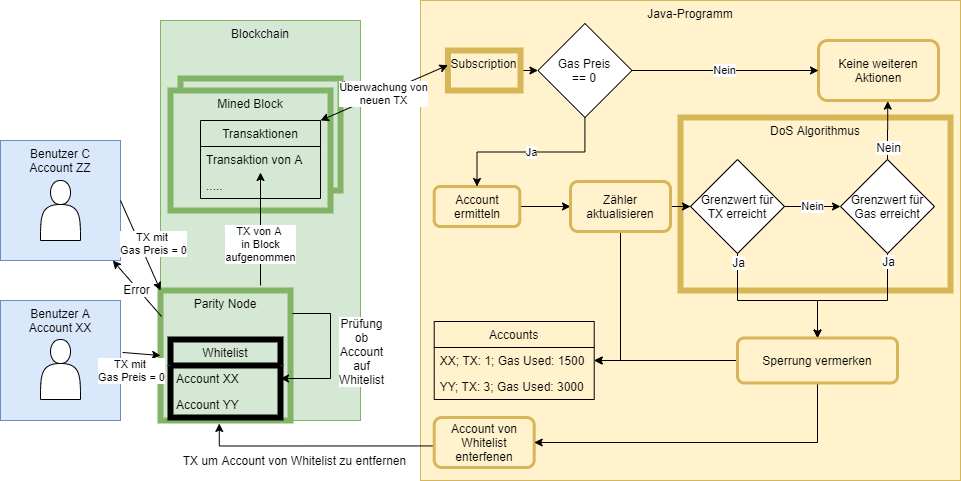
Earlier version of the draw.io export Report/images/process_whitelist.png (Geryones/BlockChain_TransactionManager). Source tidied: cells renumbered, new cells last; positions are measured from the earlier drawing's top-left corner, leaving out a move shared by most shapes.
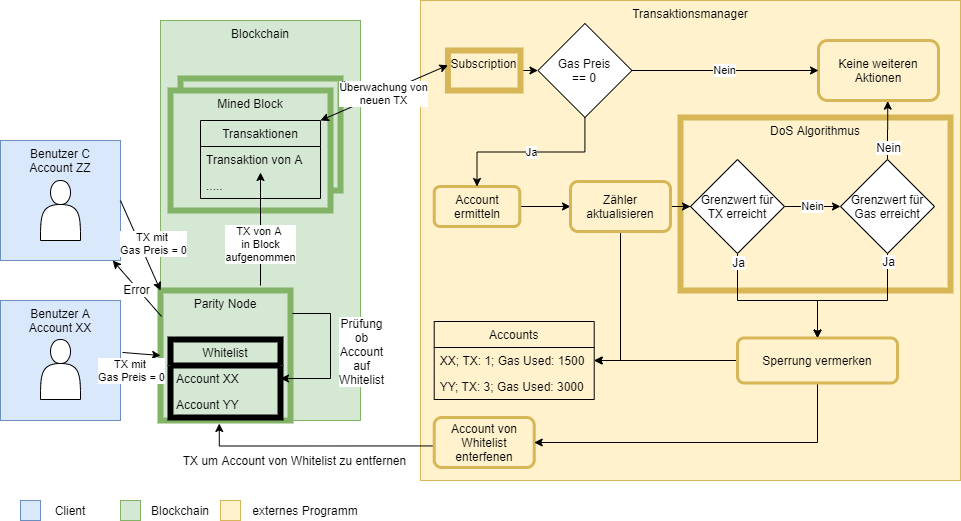
After the commit.

Change to the diagram source:
```diff
@@ -11,7 +11,7 @@
     <mxCell id="4" value="Benutzer A&lt;br&gt;Account XX" style="rounded=0;whiteSpace=wrap;html=1;fillColor=#dae8fc;strokeColor=#6c8ebf;verticalAlign=top;" parent="1" vertex="1">
       <mxGeometry y="300" width="120" height="120" as="geometry" />
     </mxCell>
-    <mxCell id="5" value="Java-Programm" style="rounded=0;whiteSpace=wrap;html=1;fillColor=#fff2cc;strokeColor=#d6b656;verticalAlign=top;" parent="1" vertex="1">
+    <mxCell id="5" value="Transaktionsmanager" style="rounded=0;whiteSpace=wrap;html=1;fillColor=#fff2cc;strokeColor=#d6b656;verticalAlign=top;" parent="1" vertex="1">
       <mxGeometry x="420" width="540" height="480" as="geometry" />
     </mxCell>
     <mxCell id="6" style="shape=actor;whiteSpace=wrap;html=1;" parent="1" vertex="1">
@@ -198,5 +198,23 @@
     <mxCell id="54" value="Zähler aktualisieren" style="rounded=1;whiteSpace=wrap;html=1;strokeWidth=3;fillColor=#fff2cc;strokeColor=#d6b656;" parent="1" vertex="1">
       <mxGeometry x="570" y="181" width="100" height="50" as="geometry" />
     </mxCell>
+    <mxCell id="55" style="rounded=0;whiteSpace=wrap;html=1;fillColor=#dae8fc;strokeColor=#6c8ebf;" parent="1" vertex="1">
+      <mxGeometry x="20" y="500" width="20" height="20" as="geometry" />
+    </mxCell>
+    <mxCell id="56" value="Client" style="text;html=1;strokeColor=none;fillColor=none;align=center;verticalAlign=middle;whiteSpace=wrap;rounded=0;" parent="1" vertex="1">
+      <mxGeometry x="50" y="500" width="40" height="20" as="geometry" />
+    </mxCell>
+    <mxCell id="57" style="rounded=0;whiteSpace=wrap;html=1;fillColor=#d5e8d4;strokeColor=#82b366;" parent="1" vertex="1">
+      <mxGeometry x="120" y="500" width="20" height="20" as="geometry" />
+    </mxCell>
+    <mxCell id="58" value="Blockchain" style="text;html=1;align=center;verticalAlign=middle;whiteSpace=wrap;rounded=0;" parent="1" vertex="1">
+      <mxGeometry x="160" y="500" width="40" height="20" as="geometry" />
+    </mxCell>
+    <mxCell id="59" value="externes Programm" style="text;html=1;strokeColor=none;fillColor=none;align=center;verticalAlign=middle;whiteSpace=wrap;rounded=0;" parent="1" vertex="1">
+      <mxGeometry x="250" y="500" width="110" height="20" as="geometry" />
+    </mxCell>
+    <mxCell id="60" style="rounded=0;whiteSpace=wrap;html=1;fillColor=#fff2cc;strokeColor=#d6b656;" parent="1" vertex="1">
+      <mxGeometry x="220" y="500" width="20" height="20" as="geometry" />
+    </mxCell>
   </root>
 </mxGraphModel>
```
